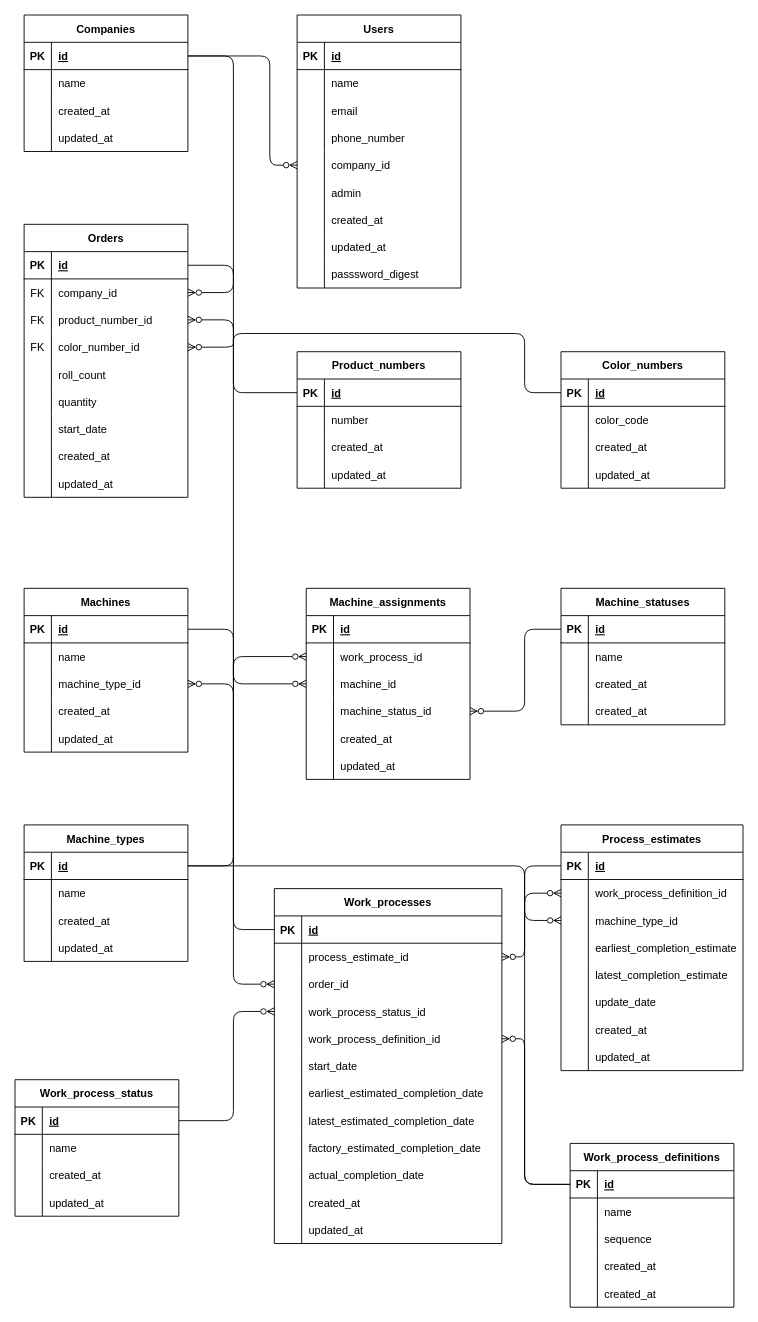
This is app/er_looma.dio from yuutyan2008/loom_management, a draw.io file, before an edit. Source tidied: cells renumbered, new cells numbered last; positions are measured from the earlier drawing's top-left corner, leaving out a move shared by most shapes. Both pictures are drawn from the tidied source at 91%, with x=0, y=0 at pixel (15, 15).
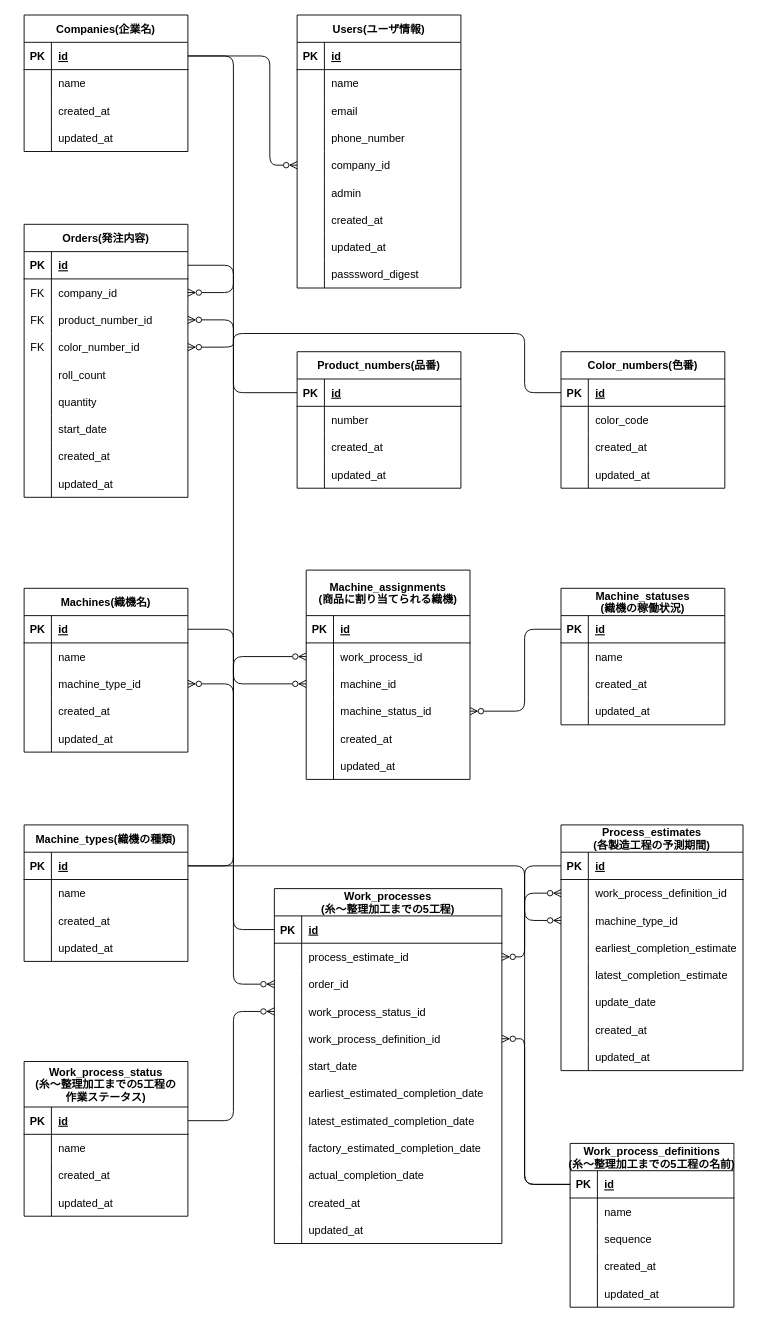
The same diagram, later.

Unchanged cells that the change refers to:
```xml
<mxCell id="180" style="shape=tableRow;horizontal=0;startSize=0;swimlaneHead=0;swimlaneBody=0;fillColor=none;top=0;left=0;right=0;bottom=0;" parent="167" vertex="1">
  <mxGeometry y="150" width="180" height="30" as="geometry" />
</mxCell>
<mxCell id="251" style="shape=tableRow;horizontal=0;startSize=0;swimlaneHead=0;swimlaneBody=0;fillColor=none;top=0;left=0;right=0;bottom=0;" parent="241" vertex="1">
  <mxGeometry y="120" width="180" height="30" as="geometry" />
</mxCell>
```

Diff of the diagram source:
```diff
@@
-    <mxCell id="2" value="Companies" style="shape=table;startSize=30;childLayout=tableLayout;rowLines=0;fontStyle=1;align=center;" parent="1" vertex="1">
+    <mxCell id="2" value="Companies(企業名)" style="shape=table;startSize=30;childLayout=tableLayout;rowLines=0;fontStyle=1;align=center;" parent="1" vertex="1">
       <mxGeometry x="10" width="180" height="150" as="geometry" />
     </mxCell>
@@
-    <mxCell id="15" value="Users" style="shape=table;startSize=30;childLayout=tableLayout;rowLines=0;fontStyle=1;align=center;" parent="1" vertex="1">
+    <mxCell id="15" value="Users(ユーザ情報)" style="shape=table;startSize=30;childLayout=tableLayout;rowLines=0;fontStyle=1;align=center;" parent="1" vertex="1">
       <mxGeometry x="310" width="180" height="300" as="geometry" />
     </mxCell>
@@
-    <mxCell id="43" value="Product_numbers" style="shape=table;startSize=30;childLayout=tableLayout;rowLines=0;fontStyle=1;align=center;" parent="1" vertex="1">
+    <mxCell id="43" value="Product_numbers(品番)" style="shape=table;startSize=30;childLayout=tableLayout;rowLines=0;fontStyle=1;align=center;" parent="1" vertex="1">
       <mxGeometry x="310" y="370" width="180" height="150" as="geometry" />
     </mxCell>
@@
-    <mxCell id="56" value="Color_numbers" style="shape=table;startSize=30;childLayout=tableLayout;rowLines=0;fontStyle=1;align=center;" parent="1" vertex="1">
+    <mxCell id="56" value="Color_numbers(色番)" style="shape=table;startSize=30;childLayout=tableLayout;rowLines=0;fontStyle=1;align=center;" parent="1" vertex="1">
       <mxGeometry x="600" y="370" width="180" height="150" as="geometry" />
     </mxCell>
@@
-    <mxCell id="69" value="Orders" style="shape=table;startSize=30;childLayout=tableLayout;rowLines=0;fontStyle=1;align=center;" parent="1" vertex="1">
+    <mxCell id="69" value="Orders(発注内容)" style="shape=table;startSize=30;childLayout=tableLayout;rowLines=0;fontStyle=1;align=center;" parent="1" vertex="1">
       <mxGeometry x="10" y="230" width="180" height="300" as="geometry" />
     </mxCell>
@@
-    <mxCell id="97" value="Process_estimates" style="shape=table;startSize=30;childLayout=tableLayout;rowLines=0;fontStyle=1;align=center;" parent="1" vertex="1">
+    <mxCell id="97" value="Process_estimates&#10;(各製造工程の予測期間)" style="shape=table;startSize=30;childLayout=tableLayout;rowLines=0;fontStyle=1;align=center;" parent="1" vertex="1">
       <mxGeometry x="600" y="890" width="200" height="270" as="geometry" />
     </mxCell>
@@
-    <mxCell id="122" value="Machine_types" style="shape=table;startSize=30;childLayout=tableLayout;rowLines=0;fontStyle=1;align=center;" parent="1" vertex="1">
+    <mxCell id="122" value="Machine_types(織機の種類)" style="shape=table;startSize=30;childLayout=tableLayout;rowLines=0;fontStyle=1;align=center;" parent="1" vertex="1">
       <mxGeometry x="10" y="890" width="180" height="150" as="geometry" />
     </mxCell>
@@
-    <mxCell id="135" value="Machine_assignments" style="shape=table;startSize=30;childLayout=tableLayout;rowLines=0;fontStyle=1;align=center;" parent="1" vertex="1">
-      <mxGeometry x="320" y="630" width="180" height="210" as="geometry" />
+    <mxCell id="135" value="Machine_assignments&#10;(商品に割り当てられる織機)" style="shape=table;startSize=50;childLayout=tableLayout;rowLines=0;fontStyle=1;align=center;" parent="1" vertex="1">
+      <mxGeometry x="320" y="610" width="180" height="230" as="geometry" />
     </mxCell>
     <mxCell id="136" style="shape=tableRow;horizontal=0;startSize=0;swimlaneHead=0;swimlaneBody=0;fillColor=none;top=0;left=0;right=0;bottom=1;" parent="135" vertex="1">
-      <mxGeometry y="30" width="180" height="30" as="geometry" />
+      <mxGeometry y="50" width="180" height="30" as="geometry" />
     </mxCell>
@@
     <mxCell id="139" style="shape=tableRow;horizontal=0;startSize=0;swimlaneHead=0;swimlaneBody=0;fillColor=none;points=[[0,0.5],[1,0.5]];portConstraint=eastwest;top=0;left=0;right=0;bottom=0;" parent="135" vertex="1">
-      <mxGeometry y="60" width="180" height="30" as="geometry" />
+      <mxGeometry y="80" width="180" height="30" as="geometry" />
     </mxCell>
@@
     <mxCell id="142" style="shape=tableRow;horizontal=0;startSize=0;swimlaneHead=0;swimlaneBody=0;fillColor=none;points=[[0,0.5],[1,0.5]];portConstraint=eastwest;top=0;left=0;right=0;bottom=0;" parent="135" vertex="1">
-      <mxGeometry y="90" width="180" height="30" as="geometry" />
+      <mxGeometry y="110" width="180" height="30" as="geometry" />
     </mxCell>
@@
     <mxCell id="145" style="shape=tableRow;horizontal=0;startSize=0;swimlaneHead=0;swimlaneBody=0;fillColor=none;points=[[0,0.5],[1,0.5]];portConstraint=eastwest;top=0;left=0;right=0;bottom=0;" parent="135" vertex="1">
-      <mxGeometry y="120" width="180" height="30" as="geometry" />
+      <mxGeometry y="140" width="180" height="30" as="geometry" />
     </mxCell>
@@
     <mxCell id="148" style="shape=tableRow;horizontal=0;startSize=0;swimlaneHead=0;swimlaneBody=0;fillColor=none;top=0;left=0;right=0;bottom=0;" parent="135" vertex="1">
-      <mxGeometry y="150" width="180" height="30" as="geometry" />
+      <mxGeometry y="170" width="180" height="30" as="geometry" />
     </mxCell>
@@
     <mxCell id="151" style="shape=tableRow;horizontal=0;startSize=0;swimlaneHead=0;swimlaneBody=0;fillColor=none;top=0;left=0;right=0;bottom=0;" parent="135" vertex="1">
-      <mxGeometry y="180" width="180" height="30" as="geometry" />
+      <mxGeometry y="200" width="180" height="30" as="geometry" />
     </mxCell>
@@
-    <mxCell id="154" value="Work_process_status" style="shape=table;startSize=30;childLayout=tableLayout;rowLines=0;fontStyle=1;align=center;" parent="1" vertex="1">
-      <mxGeometry y="1170" width="180" height="150" as="geometry" />
+    <mxCell id="154" value="Work_process_status&#10;(糸〜整理加工までの5工程の&#10;作業ステータス)" style="shape=table;startSize=50;childLayout=tableLayout;rowLines=0;fontStyle=1;align=center;" parent="1" vertex="1">
+      <mxGeometry x="10" y="1150" width="180" height="170" as="geometry" />
     </mxCell>
     <mxCell id="155" style="shape=tableRow;horizontal=0;startSize=0;swimlaneHead=0;swimlaneBody=0;fillColor=none;points=[[0,0.5],[1,0.5]];portConstraint=eastwest;top=0;left=0;right=0;bottom=1;" parent="154" vertex="1">
-      <mxGeometry y="30" width="180" height="30" as="geometry" />
+      <mxGeometry y="50" width="180" height="30" as="geometry" />
     </mxCell>
@@
     <mxCell id="158" style="shape=tableRow;horizontal=0;startSize=0;swimlaneHead=0;swimlaneBody=0;fillColor=none;top=0;left=0;right=0;bottom=0;" parent="154" vertex="1">
-      <mxGeometry y="60" width="180" height="30" as="geometry" />
+      <mxGeometry y="80" width="180" height="30" as="geometry" />
     </mxCell>
@@
     <mxCell id="161" style="shape=tableRow;horizontal=0;startSize=0;swimlaneHead=0;swimlaneBody=0;fillColor=none;top=0;left=0;right=0;bottom=0;" parent="154" vertex="1">
-      <mxGeometry y="90" width="180" height="30" as="geometry" />
+      <mxGeometry y="110" width="180" height="30" as="geometry" />
     </mxCell>
@@
     <mxCell id="164" style="shape=tableRow;horizontal=0;startSize=0;swimlaneHead=0;swimlaneBody=0;fillColor=none;top=0;left=0;right=0;bottom=0;" parent="154" vertex="1">
-      <mxGeometry y="120" width="180" height="30" as="geometry" />
+      <mxGeometry y="140" width="180" height="30" as="geometry" />
     </mxCell>
@@
-    <mxCell id="167" value="Work_process_definitions" style="shape=table;startSize=30;childLayout=tableLayout;rowLines=0;fontStyle=1;align=center;" parent="1" vertex="1">
+    <mxCell id="167" value="Work_process_definitions&#10;(糸〜整理加工までの5工程の名前)" style="shape=table;startSize=30;childLayout=tableLayout;rowLines=0;fontStyle=1;align=center;" parent="1" vertex="1">
       <mxGeometry x="610" y="1240" width="180" height="180" as="geometry" />
     </mxCell>
@@
-    <mxCell id="182" value="created_at" style="shape=partialRectangle;fillColor=none;top=0;left=0;bottom=0;right=0;align=left;spacingLeft=6;overflow=hidden;" parent="180" vertex="1">
+    <mxCell id="182" value="updated_at" style="shape=partialRectangle;fillColor=none;top=0;left=0;bottom=0;right=0;align=left;spacingLeft=6;overflow=hidden;" parent="180" vertex="1">
       <mxGeometry x="30" width="150" height="30" as="geometry" />
     </mxCell>
-    <mxCell id="183" value="Work_processes" style="shape=table;startSize=30;childLayout=tableLayout;rowLines=0;fontStyle=1;align=center;" parent="1" vertex="1">
+    <mxCell id="183" value="Work_processes&#10;(糸〜整理加工までの5工程)" style="shape=table;startSize=30;childLayout=tableLayout;rowLines=0;fontStyle=1;align=center;" parent="1" vertex="1">
       <mxGeometry x="285" y="960" width="250" height="390" as="geometry" />
     </mxCell>
@@
-    <mxCell id="220" value="Machines" style="shape=table;startSize=30;childLayout=tableLayout;rowLines=0;fontStyle=1;align=center;" parent="1" vertex="1">
+    <mxCell id="220" value="Machines(織機名)" style="shape=table;startSize=30;childLayout=tableLayout;rowLines=0;fontStyle=1;align=center;" parent="1" vertex="1">
       <mxGeometry x="10" y="630" width="180" height="180" as="geometry" />
     </mxCell>
@@
-    <mxCell id="241" value="Machine_statuses" style="shape=table;startSize=30;childLayout=tableLayout;rowLines=0;fontStyle=1;align=center;" parent="1" vertex="1">
+    <mxCell id="241" value="Machine_statuses&#10;(織機の稼働状況)" style="shape=table;startSize=30;childLayout=tableLayout;rowLines=0;fontStyle=1;align=center;" parent="1" vertex="1">
       <mxGeometry x="600" y="630" width="180" height="150" as="geometry" />
     </mxCell>
@@
-    <mxCell id="253" value="created_at" style="shape=partialRectangle;fillColor=none;top=0;left=0;bottom=0;right=0;align=left;spacingLeft=6;overflow=hidden;" parent="251" vertex="1">
+    <mxCell id="253" value="updated_at" style="shape=partialRectangle;fillColor=none;top=0;left=0;bottom=0;right=0;align=left;spacingLeft=6;overflow=hidden;" parent="251" vertex="1">
       <mxGeometry x="30" width="150" height="30" as="geometry" />
     </mxCell>
```
